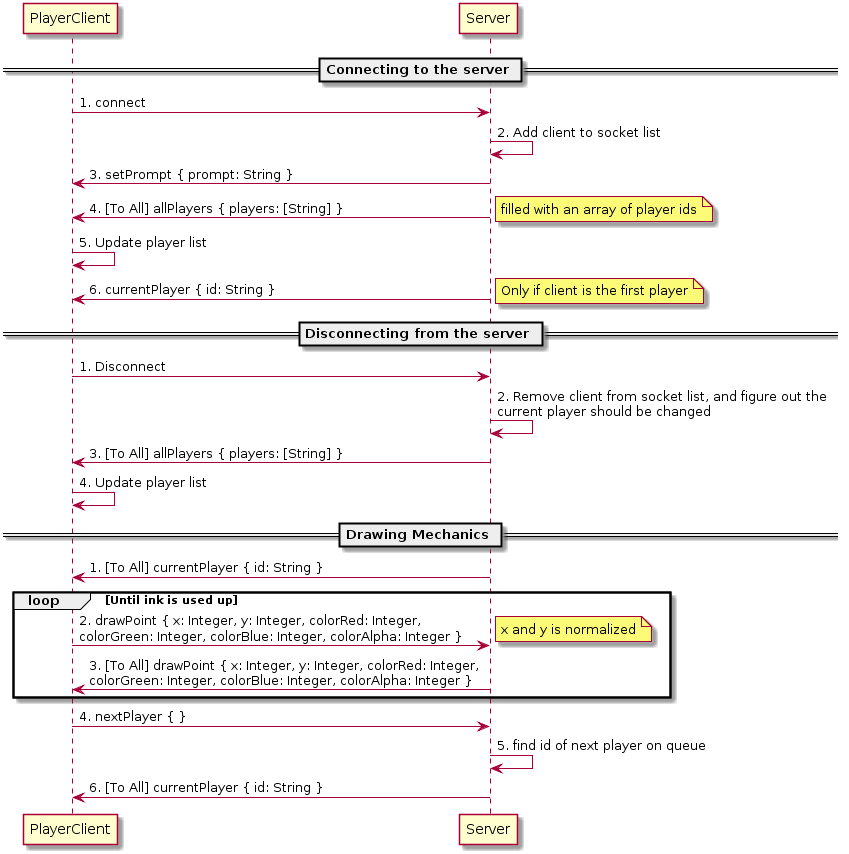
Before: mechanics-diagran.png, a diagram exported from PlantUML (tirtawr/collective-playingaround).
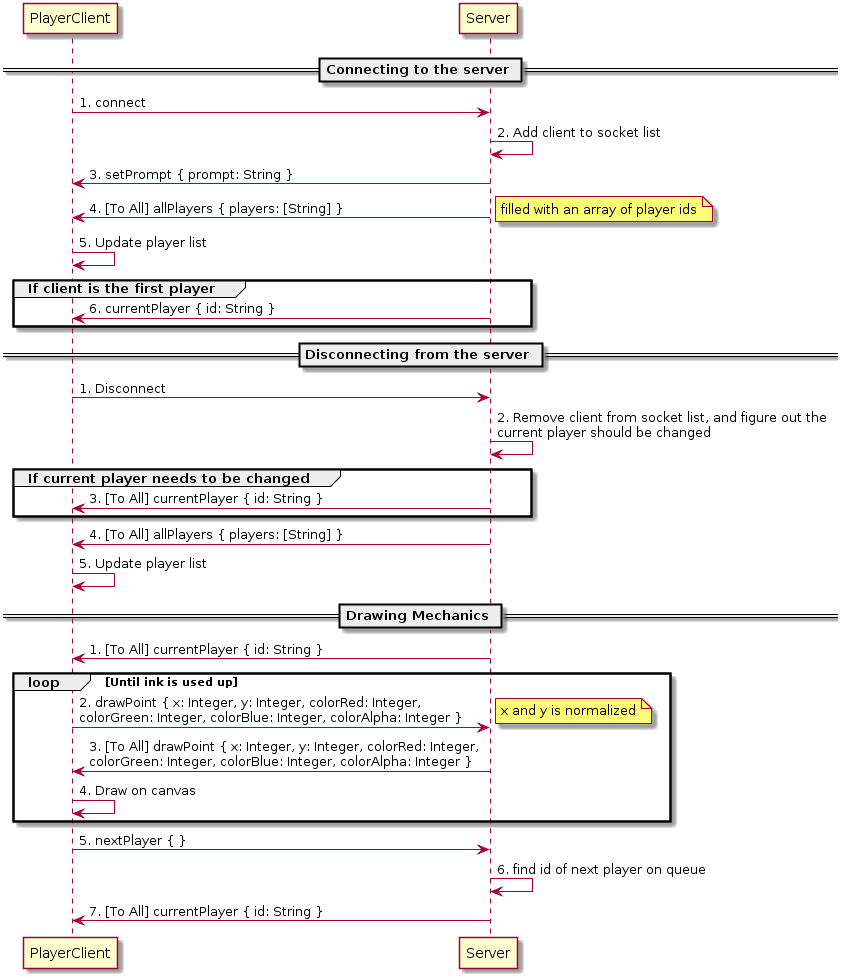
Later version of the same file.

Diff of the diagram source:
```diff
@@ -6,27 +6,32 @@
 Server -> PlayerClient: 4. [To All] allPlayers { players: [String] }
 note right: filled with an array of player ids
 PlayerClient -> PlayerClient: 5. Update player list
-Server -> PlayerClient: 6. currentPlayer { id: String }
-note right: Only if client is the first player
+group If client is the first player
+    Server -> PlayerClient: 6. currentPlayer { id: String }
+end
 
 == Disconnecting from the server ==
 
 PlayerClient -> Server: 1. Disconnect
 Server -> Server: 2. Remove client from socket list, and figure out the \ncurrent player should be changed
-Server -> PlayerClient: 3. [To All] allPlayers { players: [String] }
-PlayerClient -> PlayerClient: 4. Update player list
+group If current player needs to be changed
+    Server -> PlayerClient: 3. [To All] currentPlayer { id: String }
+end
+Server -> PlayerClient: 4. [To All] allPlayers { players: [String] }
+PlayerClient -> PlayerClient: 5. Update player list
 
 == Drawing Mechanics ==
 
 Server -> PlayerClient: 1. [To All] currentPlayer { id: String }
 
-loop Until ink is used up
+LOOP Until ink is used up
     PlayerClient -> Server: 2. drawPoint { x: Integer, y: Integer, colorRed: Integer, \ncolorGreen: Integer, colorBlue: Integer, colorAlpha: Integer }
     note right: x and y is normalized
     Server -> PlayerClient: 3. [To All] drawPoint { x: Integer, y: Integer, colorRed: Integer, \ncolorGreen: Integer, colorBlue: Integer, colorAlpha: Integer }
+    PlayerClient -> PlayerClient: 4. Draw on canvas
 end
 
-PlayerClient -> Server: 4. nextPlayer { }
-Server -> Server: 5. find id of next player on queue
-Server -> PlayerClient: 6. [To All] currentPlayer { id: String }
+PlayerClient -> Server: 5. nextPlayer { }
+Server -> Server: 6. find id of next player on queue
+Server -> PlayerClient: 7. [To All] currentPlayer { id: String }
 @enduml
```
